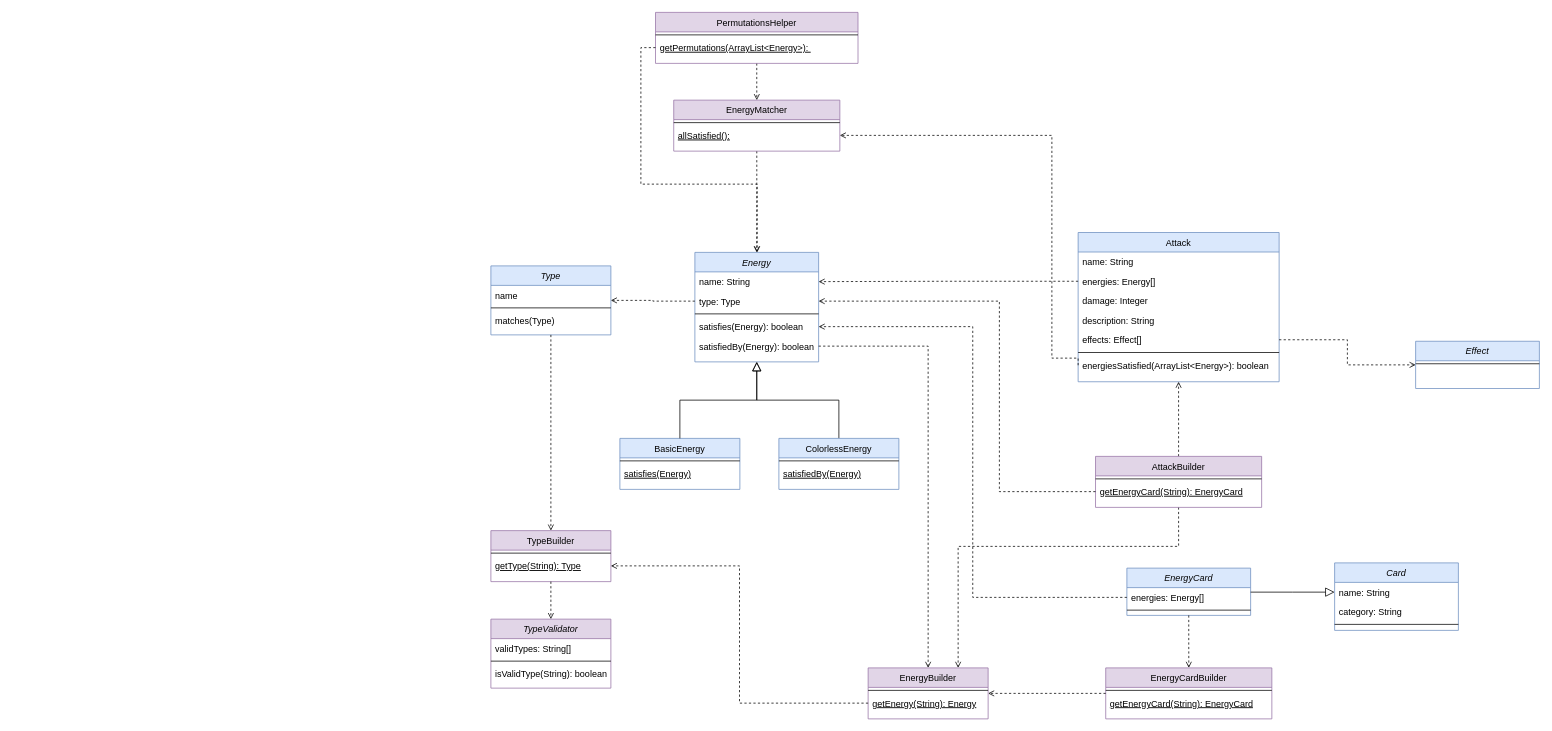
alexpowers2017/Pokemon keeps this draw.io diagram as Pokemon.drawio. Above is the earlier version. Source tidied: cells renumbered, new cells numbered last; positions are measured from the earlier drawing's top-left corner, leaving out a move shared by most shapes. Both pictures are drawn from the tidied source at 75%, with x=0, y=0 at pixel (490, 12).
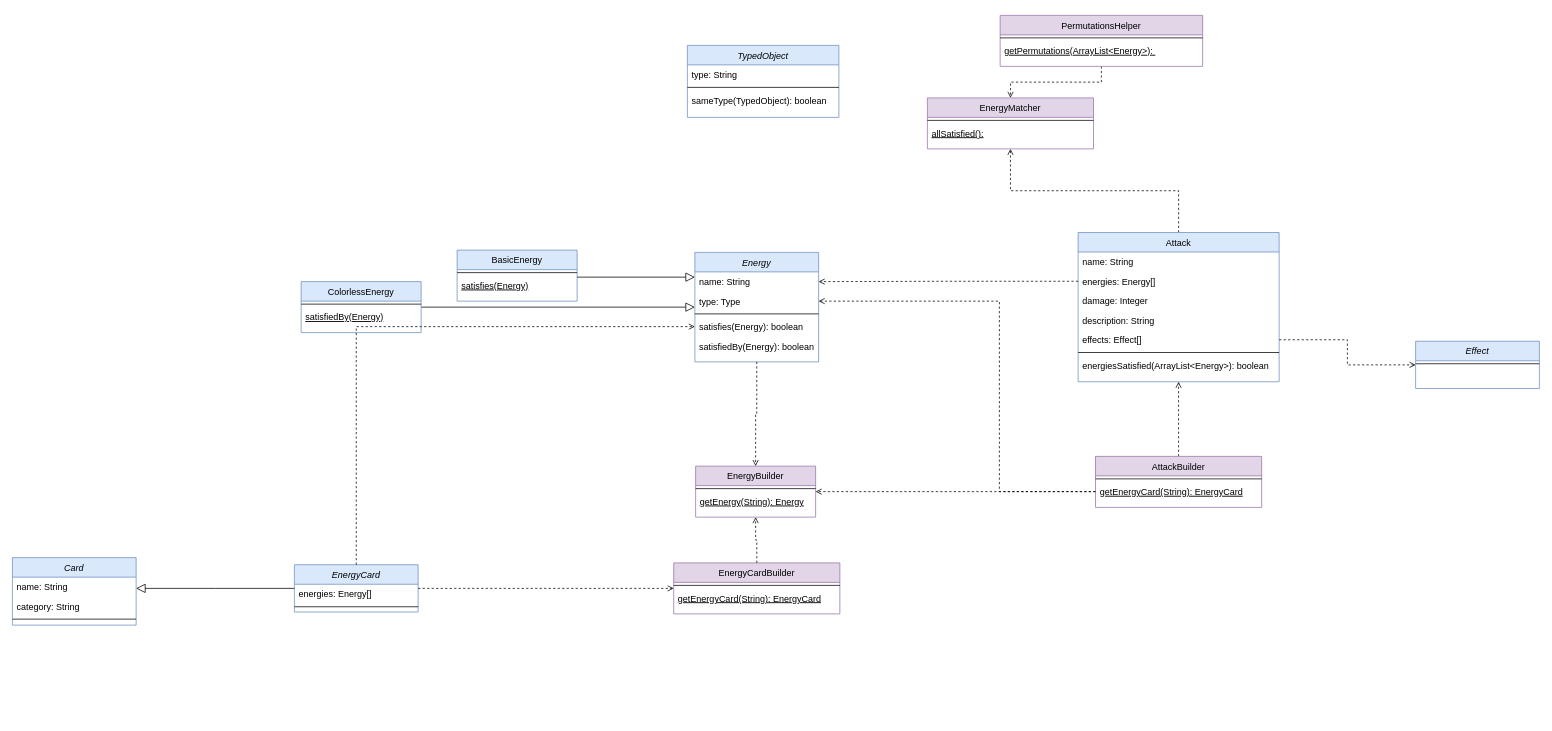
Above is the later version.

The change refers to these unchanged cells:
```xml
<mxCell id="2" value="Energy" style="swimlane;fontStyle=2;align=center;verticalAlign=top;horizontal=1;startSize=26;rounded=0;shadow=0;strokeWidth=1;fillColor=#dae8fc;strokeColor=#6c8ebf;" parent="1" vertex="1">
  <mxGeometry x="272" y="320" width="165" height="146" as="geometry" />
</mxCell>
<mxCell id="4" value="type: Type" style="text;align=left;verticalAlign=top;spacingLeft=4;spacingRight=4;overflow=hidden;points=[[0,0.5],[1,0.5]];portConstraint=eastwest;rounded=0;shadow=0;html=0;" parent="2" vertex="1">
  <mxGeometry y="52" width="165" height="26" as="geometry" />
</mxCell>
<mxCell id="6" value="satisfies(Energy): boolean" style="text;align=left;verticalAlign=top;spacingLeft=4;spacingRight=4;overflow=hidden;points=[[0,0.5],[1,0.5]];portConstraint=eastwest;" parent="2" vertex="1">
  <mxGeometry y="86" width="165" height="26" as="geometry" />
</mxCell>
<mxCell id="7" value="satisfiedBy(Energy): boolean" style="text;align=left;verticalAlign=top;spacingLeft=4;spacingRight=4;overflow=hidden;points=[[0,0.5],[1,0.5]];portConstraint=eastwest;" parent="2" vertex="1">
  <mxGeometry y="112" width="165" height="26" as="geometry" />
</mxCell>
<mxCell id="13" value="Attack" style="swimlane;fontStyle=0;align=center;verticalAlign=top;horizontal=1;startSize=26;rounded=0;shadow=0;strokeWidth=1;fillColor=#dae8fc;strokeColor=#6c8ebf;" parent="1" vertex="1">
  <mxGeometry x="783" y="293.5" width="268" height="199" as="geometry" />
</mxCell>
<mxCell id="20" value="energiesSatisfied(ArrayList&lt;Energy&gt;): boolean" style="text;align=left;verticalAlign=top;spacingLeft=4;spacingRight=4;overflow=hidden;points=[[0,0.5],[1,0.5]];portConstraint=eastwest;" parent="13" vertex="1">
  <mxGeometry y="164" width="268" height="26" as="geometry" />
</mxCell>
<mxCell id="40" value="getEnergy(String): Energy" style="text;align=left;verticalAlign=top;spacingLeft=4;spacingRight=4;overflow=hidden;points=[[0,0.5],[1,0.5]];portConstraint=eastwest;fontStyle=4;" parent="38" vertex="1">
  <mxGeometry y="34" width="160" height="26" as="geometry" />
</mxCell>
<mxCell id="46" value="energies: Energy[]" style="text;align=left;verticalAlign=top;spacingLeft=4;spacingRight=4;overflow=hidden;points=[[0,0.5],[1,0.5]];portConstraint=eastwest;" parent="45" vertex="1">
  <mxGeometry y="26" width="165" height="26" as="geometry" />
</mxCell>
<mxCell id="57" value="allSatisfied():" style="text;align=left;verticalAlign=top;spacingLeft=4;spacingRight=4;overflow=hidden;points=[[0,0.5],[1,0.5]];portConstraint=eastwest;fontStyle=4;" parent="55" vertex="1">
  <mxGeometry y="34" width="221.5" height="26" as="geometry" />
</mxCell>
<mxCell id="61" value="getPermutations(ArrayList&lt;Energy&gt;): " style="text;align=left;verticalAlign=top;spacingLeft=4;spacingRight=4;overflow=hidden;points=[[0,0.5],[1,0.5]];portConstraint=eastwest;fontStyle=4;" parent="59" vertex="1">
  <mxGeometry y="34" width="270" height="26" as="geometry" />
</mxCell>
<mxCell id="72" value="AttackBuilder" style="swimlane;fontStyle=0;align=center;verticalAlign=top;horizontal=1;startSize=26;rounded=0;shadow=0;strokeWidth=1;fillColor=#e1d5e7;strokeColor=#9673a6;" parent="1" vertex="1">
  <mxGeometry x="806.2" y="592" width="221.5" height="68" as="geometry" />
</mxCell>
<mxCell id="74" value="getEnergyCard(String): EnergyCard" style="text;align=left;verticalAlign=top;spacingLeft=4;spacingRight=4;overflow=hidden;points=[[0,0.5],[1,0.5]];portConstraint=eastwest;fontStyle=4;" parent="72" vertex="1">
  <mxGeometry y="34" width="221.5" height="26" as="geometry" />
</mxCell>
```

The edit, as a diff of the source:
```diff
@@
     <mxCell id="8" value="BasicEnergy" style="swimlane;fontStyle=0;align=center;verticalAlign=top;horizontal=1;startSize=26;rounded=0;shadow=0;strokeWidth=1;fillColor=#dae8fc;strokeColor=#6c8ebf;" parent="1" vertex="1">
-      <mxGeometry x="172" y="568" width="160" height="68" as="geometry" />
+      <mxGeometry x="-45" y="317" width="160" height="68" as="geometry" />
     </mxCell>
@@
-    <mxCell id="12" style="endArrow=block;endSize=10;endFill=0;shadow=0;strokeWidth=1;rounded=0;edgeStyle=elbowEdgeStyle;elbow=vertical;exitX=0.5;exitY=0;exitDx=0;exitDy=0;" parent="1" edge="1" source="21" target="2">
-      <mxGeometry relative="1" as="geometry" />
-    </mxCell>
+    <mxCell id="77" style="edgeStyle=orthogonalEdgeStyle;rounded=0;jettySize=auto;html=1;exitX=0.5;exitY=0;exitDx=0;exitDy=0;entryX=0.5;entryY=1;entryDx=0;entryDy=0;dashed=1;endArrow=open;endFill=0;" parent="1" edge="1" source="13" target="55">
+      <mxGeometry relative="1" as="geometry" />
+    </mxCell>
@@
+    <mxCell id="12" style="edgeStyle=orthogonalEdgeStyle;rounded=0;jettySize=auto;html=1;endArrow=block;endFill=0;endSize=10;" parent="1" edge="1" source="21" target="2">
+      <mxGeometry relative="1" as="geometry" />
+    </mxCell>
     <mxCell id="21" value="ColorlessEnergy" style="swimlane;fontStyle=0;align=center;verticalAlign=top;horizontal=1;startSize=26;rounded=0;shadow=0;strokeWidth=1;fillColor=#dae8fc;strokeColor=#6c8ebf;" parent="1" vertex="1">
-      <mxGeometry x="384" y="568" width="160" height="68" as="geometry" />
+      <mxGeometry x="-253" y="359" width="160" height="68" as="geometry" />
     </mxCell>
@@
-    <mxCell id="24" value="Type" style="swimlane;fontStyle=2;align=center;verticalAlign=top;horizontal=1;startSize=26;rounded=0;shadow=0;strokeWidth=1;fillColor=#dae8fc;strokeColor=#6c8ebf;" parent="1" vertex="1">
-      <mxGeometry y="338" width="160" height="92" as="geometry" />
-    </mxCell>
-    <mxCell id="25" value="name" style="text;align=left;verticalAlign=top;spacingLeft=4;spacingRight=4;overflow=hidden;" parent="24" vertex="1">
-      <mxGeometry y="26" width="160" height="26" as="geometry" />
-    </mxCell>
-    <mxCell id="26" style="line;html=1;strokeWidth=1;align=left;verticalAlign=middle;spacingTop=-1;spacingLeft=3;spacingRight=3;labelPosition=right;" parent="24" vertex="1">
-      <mxGeometry y="52" width="160" height="8" as="geometry" />
-    </mxCell>
-    <mxCell id="27" value="matches(Type)" style="text;align=left;verticalAlign=top;spacingLeft=4;spacingRight=4;overflow=hidden;" parent="24" vertex="1">
-      <mxGeometry y="60" width="160" height="26" as="geometry" />
-    </mxCell>
-    <mxCell id="28" style="edgeStyle=orthogonalEdgeStyle;rounded=0;jettySize=auto;html=1;exitX=0;exitY=0.5;exitDx=0;exitDy=0;dashed=1;endArrow=open;endFill=0;" parent="1" edge="1" source="4" target="24">
-      <mxGeometry relative="1" as="geometry" />
-    </mxCell>
-    <mxCell id="29" value="TypeBuilder" style="swimlane;fontStyle=0;align=center;verticalAlign=top;horizontal=1;startSize=26;rounded=0;shadow=0;strokeWidth=1;fillColor=#e1d5e7;strokeColor=#9673a6;" parent="1" vertex="1">
-      <mxGeometry y="691" width="160" height="68" as="geometry" />
-    </mxCell>
-    <mxCell id="30" style="line;html=1;strokeWidth=1;align=left;verticalAlign=middle;spacingTop=-1;spacingLeft=3;spacingRight=3;labelPosition=right;" parent="29" vertex="1">
-      <mxGeometry y="26" width="160" height="8" as="geometry" />
-    </mxCell>
-    <mxCell id="31" value="getType(String): Type" style="text;align=left;verticalAlign=top;spacingLeft=4;spacingRight=4;overflow=hidden;points=[[0,0.5],[1,0.5]];portConstraint=eastwest;fontStyle=4;" parent="29" vertex="1">
-      <mxGeometry y="34" width="160" height="26" as="geometry" />
-    </mxCell>
-    <mxCell id="32" value="TypeValidator" style="swimlane;fontStyle=2;align=center;verticalAlign=top;horizontal=1;startSize=26;rounded=0;shadow=0;strokeWidth=1;fillColor=#e1d5e7;strokeColor=#9673a6;" parent="1" vertex="1">
-      <mxGeometry y="809" width="160" height="92" as="geometry" />
-    </mxCell>
-    <mxCell id="33" value="validTypes: String[]" style="text;align=left;verticalAlign=top;spacingLeft=4;spacingRight=4;overflow=hidden;" parent="32" vertex="1">
-      <mxGeometry y="26" width="160" height="26" as="geometry" />
-    </mxCell>
-    <mxCell id="34" style="line;html=1;strokeWidth=1;align=left;verticalAlign=middle;spacingTop=-1;spacingLeft=3;spacingRight=3;labelPosition=right;" parent="32" vertex="1">
-      <mxGeometry y="52" width="160" height="8" as="geometry" />
-    </mxCell>
-    <mxCell id="35" value="isValidType(String): boolean" style="text;align=left;verticalAlign=top;spacingLeft=4;spacingRight=4;overflow=hidden;" parent="32" vertex="1">
-      <mxGeometry y="60" width="160" height="26" as="geometry" />
-    </mxCell>
-    <mxCell id="36" style="edgeStyle=orthogonalEdgeStyle;rounded=0;jettySize=auto;html=1;dashed=1;endArrow=open;endFill=0;" parent="1" edge="1" source="24" target="29">
-      <mxGeometry relative="1" as="geometry" />
-    </mxCell>
-    <mxCell id="37" style="edgeStyle=orthogonalEdgeStyle;rounded=0;jettySize=auto;html=1;dashed=1;endArrow=open;endFill=0;" parent="1" edge="1" source="29" target="32">
-      <mxGeometry relative="1" as="geometry" />
-    </mxCell>
     <mxCell id="38" value="EnergyBuilder" style="swimlane;fontStyle=0;align=center;verticalAlign=top;horizontal=1;startSize=26;rounded=0;shadow=0;strokeWidth=1;fillColor=#e1d5e7;strokeColor=#9673a6;" parent="1" vertex="1">
-      <mxGeometry x="503" y="874" width="160" height="68" as="geometry" />
+      <mxGeometry x="273" y="605" width="160" height="68" as="geometry" />
     </mxCell>
@@
     <mxCell id="41" value="Card" style="swimlane;fontStyle=2;align=center;verticalAlign=top;horizontal=1;startSize=26;rounded=0;shadow=0;strokeWidth=1;fillColor=#dae8fc;strokeColor=#6c8ebf;" parent="1" vertex="1">
-      <mxGeometry x="1125" y="734" width="165" height="90" as="geometry" />
+      <mxGeometry x="-638" y="727" width="165" height="90" as="geometry" />
     </mxCell>
@@
     <mxCell id="45" value="EnergyCard" style="swimlane;fontStyle=2;align=center;verticalAlign=top;horizontal=1;startSize=26;rounded=0;shadow=0;strokeWidth=1;fillColor=#dae8fc;strokeColor=#6c8ebf;" parent="1" vertex="1">
-      <mxGeometry x="848" y="741" width="165" height="63" as="geometry" />
+      <mxGeometry x="-262" y="736.5" width="165" height="63" as="geometry" />
     </mxCell>
@@
     <mxCell id="48" value="EnergyCardBuilder" style="swimlane;fontStyle=0;align=center;verticalAlign=top;horizontal=1;startSize=26;rounded=0;shadow=0;strokeWidth=1;fillColor=#e1d5e7;strokeColor=#9673a6;" parent="1" vertex="1">
-      <mxGeometry x="819.8" y="874" width="221.5" height="68" as="geometry" />
+      <mxGeometry x="243.8" y="734" width="221.5" height="68" as="geometry" />
     </mxCell>
@@
-    <mxCell id="54" style="edgeStyle=orthogonalEdgeStyle;rounded=0;jettySize=auto;html=1;exitX=0.5;exitY=1;exitDx=0;exitDy=0;dashed=1;endArrow=open;endFill=0;" parent="1" edge="1" source="55" target="2">
-      <mxGeometry relative="1" as="geometry" />
-    </mxCell>
     <mxCell id="55" value="EnergyMatcher" style="swimlane;fontStyle=0;align=center;verticalAlign=top;horizontal=1;startSize=26;rounded=0;shadow=0;strokeWidth=1;fillColor=#e1d5e7;strokeColor=#9673a6;" parent="1" vertex="1">
-      <mxGeometry x="243.8" y="117" width="221.5" height="68" as="geometry" />
+      <mxGeometry x="582" y="114" width="221.5" height="68" as="geometry" />
     </mxCell>
@@
     <mxCell id="59" value="PermutationsHelper" style="swimlane;fontStyle=0;align=center;verticalAlign=top;horizontal=1;startSize=26;rounded=0;shadow=0;strokeWidth=1;fillColor=#e1d5e7;strokeColor=#9673a6;" parent="1" vertex="1">
-      <mxGeometry x="219.5" width="270" height="68" as="geometry" />
+      <mxGeometry x="679" y="4" width="270" height="68" as="geometry" />
     </mxCell>
@@
-    <mxCell id="62" style="edgeStyle=orthogonalEdgeStyle;rounded=0;jettySize=auto;html=1;exitX=0;exitY=0.5;exitDx=0;exitDy=0;dashed=1;endArrow=open;endFill=0;" parent="1" edge="1" source="61" target="2">
-      <mxGeometry relative="1" as="geometry">
-        <Array as="points">
-          <mxPoint x="200" y="47" />
-          <mxPoint x="200" y="229" />
-          <mxPoint x="355" y="229" />
-        </Array>
-      </mxGeometry>
-    </mxCell>
@@
-    <mxCell id="67" style="edgeStyle=orthogonalEdgeStyle;rounded=0;jettySize=auto;html=1;exitX=0;exitY=0.5;exitDx=0;exitDy=0;dashed=1;endArrow=open;endFill=0;" parent="1" edge="1" source="40" target="31">
-      <mxGeometry relative="1" as="geometry" />
-    </mxCell>
-    <mxCell id="68" style="edgeStyle=orthogonalEdgeStyle;rounded=0;jettySize=auto;html=1;exitX=0;exitY=0.5;exitDx=0;exitDy=0;dashed=1;endArrow=open;endFill=0;" parent="1" edge="1" source="46" target="6">
+    <mxCell id="68" style="edgeStyle=orthogonalEdgeStyle;rounded=0;jettySize=auto;html=1;dashed=1;endArrow=open;endFill=0;" parent="1" edge="1" source="45" target="6">
       <mxGeometry relative="1" as="geometry" />
     </mxCell>
-    <mxCell id="69" style="edgeStyle=orthogonalEdgeStyle;rounded=0;jettySize=auto;html=1;dashed=1;endArrow=open;endFill=0;" parent="1" edge="1" source="7" target="38">
+    <mxCell id="69" style="edgeStyle=orthogonalEdgeStyle;rounded=0;jettySize=auto;html=1;dashed=1;endArrow=open;endFill=0;exitX=0.5;exitY=1;exitDx=0;exitDy=0;" parent="1" edge="1" source="2" target="38">
       <mxGeometry relative="1" as="geometry" />
     </mxCell>
@@
-    <mxCell id="71" style="edgeStyle=orthogonalEdgeStyle;rounded=0;jettySize=auto;html=1;exitX=0.5;exitY=1;exitDx=0;exitDy=0;dashed=1;endArrow=open;endFill=0;entryX=0.75;entryY=0;entryDx=0;entryDy=0;" parent="1" edge="1" source="72" target="38">
-      <mxGeometry relative="1" as="geometry">
-        <Array as="points">
-          <mxPoint x="917" y="712" />
-          <mxPoint x="623" y="712" />
-        </Array>
-      </mxGeometry>
+    <mxCell id="71" style="edgeStyle=orthogonalEdgeStyle;rounded=0;jettySize=auto;html=1;exitX=0;exitY=0.5;exitDx=0;exitDy=0;dashed=1;endArrow=open;endFill=0;" parent="1" edge="1" source="74" target="38">
+      <mxGeometry relative="1" as="geometry" />
     </mxCell>
@@
-    <mxCell id="75" style="edgeStyle=orthogonalEdgeStyle;rounded=0;jettySize=auto;html=1;exitX=0;exitY=0.5;exitDx=0;exitDy=0;dashed=1;endArrow=open;endFill=0;" parent="1" edge="1" source="20" target="57">
-      <mxGeometry relative="1" as="geometry">
-        <Array as="points">
-          <mxPoint x="748" y="461" />
-          <mxPoint x="748" y="164" />
-        </Array>
-      </mxGeometry>
-    </mxCell>
@@
+    <mxCell id="78" value="TypedObject" style="swimlane;fontStyle=2;align=center;verticalAlign=top;horizontal=1;startSize=26;rounded=0;shadow=0;strokeWidth=1;fillColor=#dae8fc;strokeColor=#6c8ebf;" parent="1" vertex="1">
+      <mxGeometry x="262" y="44" width="202" height="96" as="geometry" />
+    </mxCell>
+    <mxCell id="79" value="type: String" style="text;align=left;verticalAlign=top;spacingLeft=4;spacingRight=4;overflow=hidden;" parent="78" vertex="1">
+      <mxGeometry y="26" width="202" height="26" as="geometry" />
+    </mxCell>
+    <mxCell id="80" style="line;html=1;strokeWidth=1;align=left;verticalAlign=middle;spacingTop=-1;spacingLeft=3;spacingRight=3;labelPosition=right;" parent="78" vertex="1">
+      <mxGeometry y="52" width="202" height="8" as="geometry" />
+    </mxCell>
+    <mxCell id="81" value="sameType(TypedObject): boolean" style="text;align=left;verticalAlign=top;spacingLeft=4;spacingRight=4;overflow=hidden;" parent="78" vertex="1">
+      <mxGeometry y="60" width="202" height="26" as="geometry" />
+    </mxCell>
```
